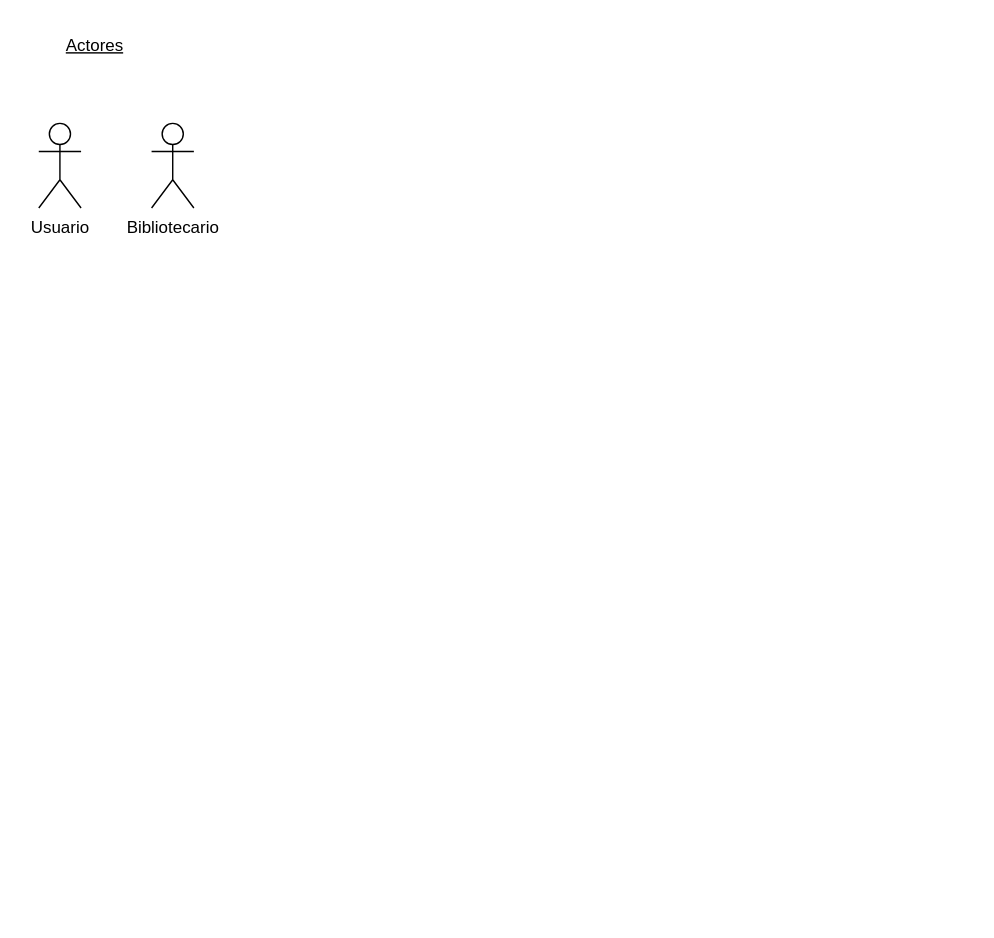
Earlier version of the draw.io diagram Proyecto/Diagramas/ProyectoETS-PRO_DIagramaCasosUso.drawio (PeterMartEsc/ETS). Source tidied: cells renumbered, new cells numbered last; positions are measured from the earlier drawing's top-left corner, leaving out a move shared by most shapes. Both pictures are drawn from the tidied source at 141%, with x=0, y=0 at pixel (38, 24).
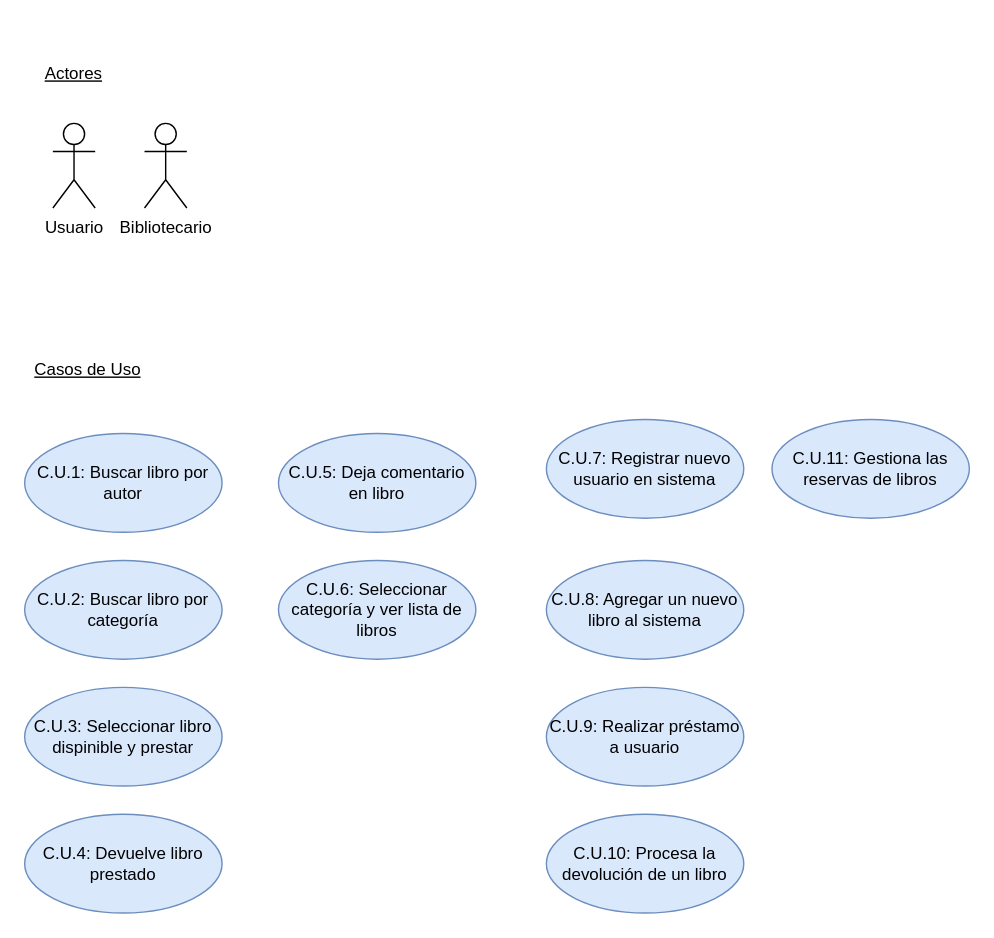
After the change.

Change to the diagram source:
```diff
@@
 <mxGraphModel>
   <root>
     <mxCell id="0" />
     <mxCell id="1" parent="0" />
     <mxCell id="2" value="Usuario" style="shape=umlActor;html=1;verticalLabelPosition=bottom;verticalAlign=top;align=center;" parent="1" vertex="1">
-      <mxGeometry y="70" width="30" height="60" as="geometry" />
+      <mxGeometry x="10" y="70" width="30" height="60" as="geometry" />
     </mxCell>
     <mxCell id="3" value="Bibliotecario" style="shape=umlActor;html=1;verticalLabelPosition=bottom;verticalAlign=top;align=center;" parent="1" vertex="1">
-      <mxGeometry x="80" y="70" width="30" height="60" as="geometry" />
+      <mxGeometry x="75" y="70" width="30" height="60" as="geometry" />
     </mxCell>
     <mxCell id="4" value="&lt;u&gt;Actores&lt;/u&gt;" style="text;html=1;strokeColor=none;fillColor=none;align=center;verticalAlign=middle;whiteSpace=wrap;rounded=0;" parent="1" vertex="1">
-      <mxGeometry x="10" width="60" height="30" as="geometry" />
+      <mxGeometry x="-5" y="20" width="60" height="30" as="geometry" />
     </mxCell>
+    <mxCell id="5" value="C.U.1: Buscar libro por autor" style="ellipse;whiteSpace=wrap;html=1;fillColor=#dae8fc;strokeColor=#6c8ebf;" parent="1" vertex="1">
+      <mxGeometry x="-10" y="290" width="140" height="70" as="geometry" />
+    </mxCell>
+    <mxCell id="6" value="&lt;u&gt;Casos de Uso&lt;/u&gt;" style="text;html=1;strokeColor=none;fillColor=none;align=center;verticalAlign=middle;whiteSpace=wrap;rounded=0;" parent="1" vertex="1">
+      <mxGeometry x="-5" y="230" width="80" height="30" as="geometry" />
+    </mxCell>
+    <mxCell id="7" value="C.U.2: Buscar libro por categoría" style="ellipse;whiteSpace=wrap;html=1;fillColor=#dae8fc;strokeColor=#6c8ebf;" parent="1" vertex="1">
+      <mxGeometry x="-10" y="380" width="140" height="70" as="geometry" />
+    </mxCell>
+    <mxCell id="8" value="C.U.3: Seleccionar libro dispinible y prestar" style="ellipse;whiteSpace=wrap;html=1;fillColor=#dae8fc;strokeColor=#6c8ebf;" parent="1" vertex="1">
+      <mxGeometry x="-10" y="470" width="140" height="70" as="geometry" />
+    </mxCell>
+    <mxCell id="9" value="C.U.4: Devuelve libro prestado" style="ellipse;whiteSpace=wrap;html=1;fillColor=#dae8fc;strokeColor=#6c8ebf;" parent="1" vertex="1">
+      <mxGeometry x="-10" y="560" width="140" height="70" as="geometry" />
+    </mxCell>
+    <mxCell id="10" value="C.U.5: Deja comentario en libro" style="ellipse;whiteSpace=wrap;html=1;fillColor=#dae8fc;strokeColor=#6c8ebf;" parent="1" vertex="1">
+      <mxGeometry x="170" y="290" width="140" height="70" as="geometry" />
+    </mxCell>
+    <mxCell id="11" value="C.U.6: Seleccionar categoría y ver lista de libros" style="ellipse;whiteSpace=wrap;html=1;fillColor=#dae8fc;strokeColor=#6c8ebf;" parent="1" vertex="1">
+      <mxGeometry x="170" y="380" width="140" height="70" as="geometry" />
+    </mxCell>
+    <mxCell id="12" value="C.U.7: Registrar nuevo usuario en sistema" style="ellipse;whiteSpace=wrap;html=1;fillColor=#dae8fc;strokeColor=#6c8ebf;" parent="1" vertex="1">
+      <mxGeometry x="360" y="280" width="140" height="70" as="geometry" />
+    </mxCell>
+    <mxCell id="13" value="C.U.8: Agregar un nuevo libro al sistema" style="ellipse;whiteSpace=wrap;html=1;fillColor=#dae8fc;strokeColor=#6c8ebf;" parent="1" vertex="1">
+      <mxGeometry x="360" y="380" width="140" height="70" as="geometry" />
+    </mxCell>
+    <mxCell id="14" value="C.U.9: Realizar préstamo a usuario" style="ellipse;whiteSpace=wrap;html=1;fillColor=#dae8fc;strokeColor=#6c8ebf;" parent="1" vertex="1">
+      <mxGeometry x="360" y="470" width="140" height="70" as="geometry" />
+    </mxCell>
+    <mxCell id="15" value="C.U.10: Procesa la devolución de un libro" style="ellipse;whiteSpace=wrap;html=1;fillColor=#dae8fc;strokeColor=#6c8ebf;" parent="1" vertex="1">
+      <mxGeometry x="360" y="560" width="140" height="70" as="geometry" />
+    </mxCell>
+    <mxCell id="16" value="C.U.11: Gestiona las reservas de libros" style="ellipse;whiteSpace=wrap;html=1;fillColor=#dae8fc;strokeColor=#6c8ebf;" parent="1" vertex="1">
+      <mxGeometry x="520" y="280" width="140" height="70" as="geometry" />
+    </mxCell>
   </root>
 </mxGraphModel>
```
